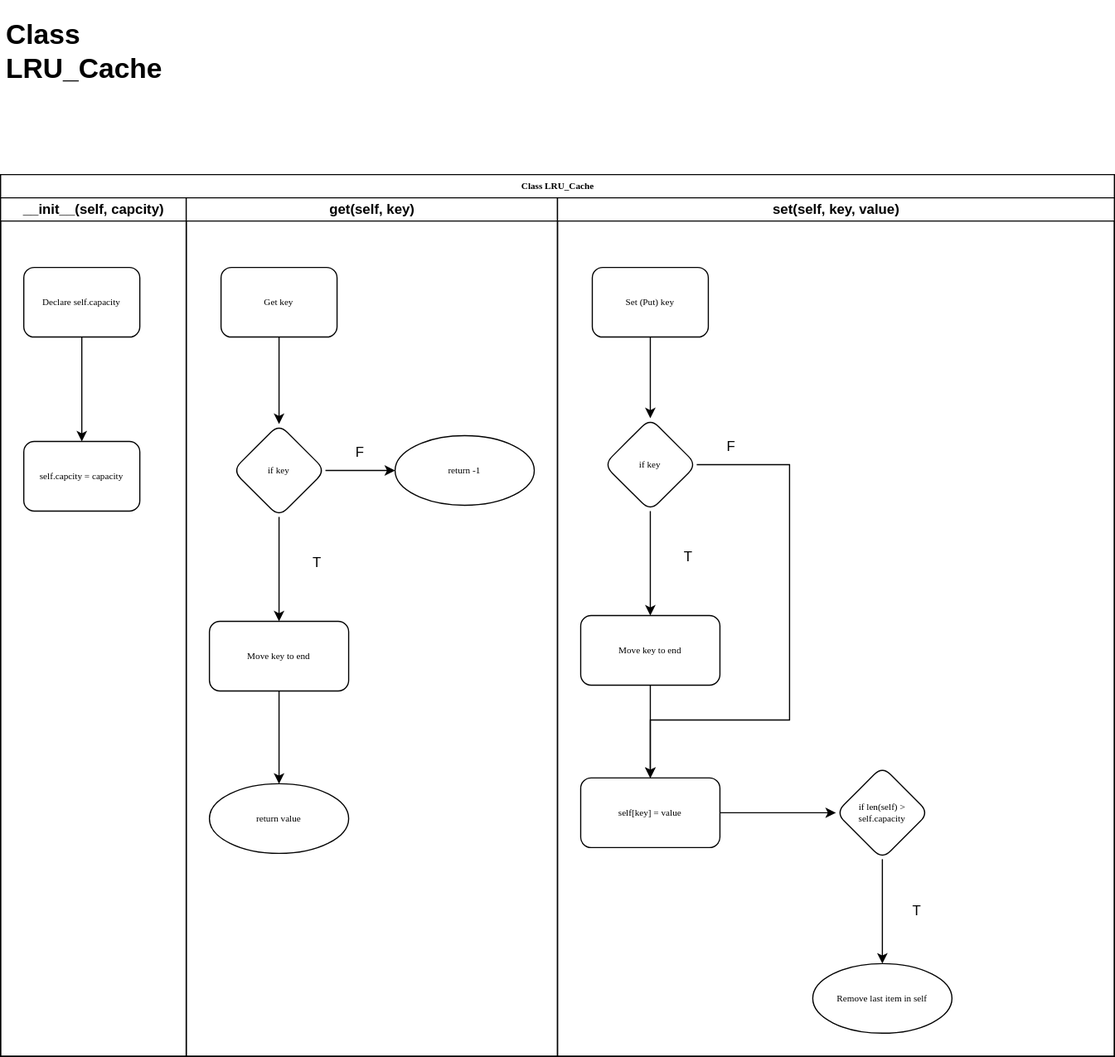
The draw.io diagram 2/5/Project/problem_1.drawio.svg in ZacksAmber/Udacity-Data-Structure-Algorithms, before a commit. Source tidied: cells renumbered, new cells last; positions are measured from the earlier drawing's top-left corner, leaving out a move shared by most shapes.
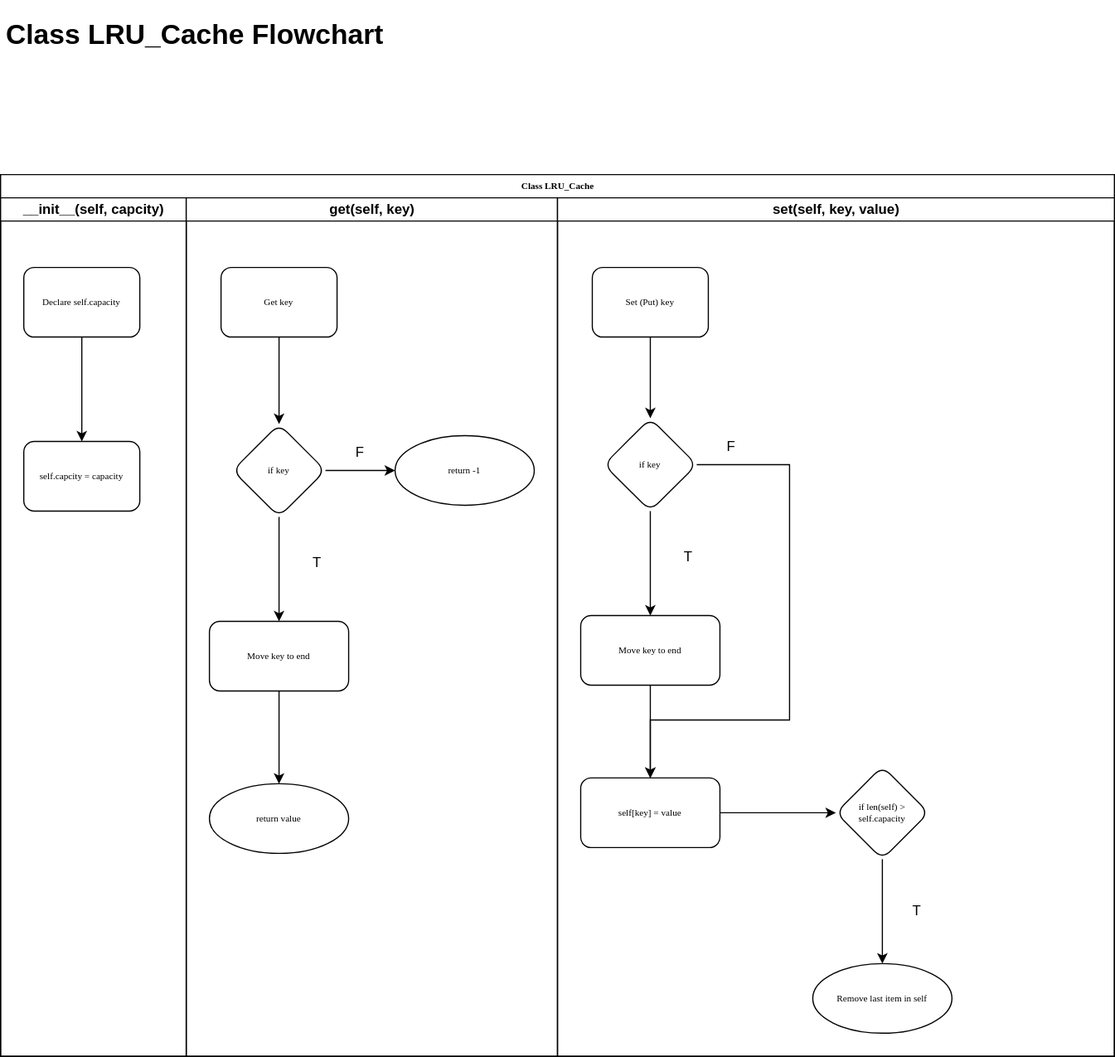
The same diagram one commit later.

The edit, as a diff of the source:
```diff
@@ -2,8 +2,8 @@
   <root>
     <mxCell id="0" />
     <mxCell id="1" parent="0" />
-    <mxCell id="2" value="&lt;h1&gt;Class LRU_Cache&lt;/h1&gt;" style="text;html=1;strokeColor=none;fillColor=none;spacing=5;spacingTop=-20;whiteSpace=wrap;overflow=hidden;rounded=0;" parent="1" vertex="1">
-      <mxGeometry width="190" height="120" as="geometry" />
+    <mxCell id="2" value="&lt;h1&gt;Class LRU_Cache Flowchart&lt;/h1&gt;" style="text;html=1;strokeColor=none;fillColor=none;spacing=5;spacingTop=-20;whiteSpace=wrap;overflow=hidden;rounded=0;" parent="1" vertex="1">
+      <mxGeometry width="420" height="120" as="geometry" />
     </mxCell>
     <mxCell id="3" value="Class LRU_Cache" style="swimlane;html=1;startSize=20;rounded=0;shadow=0;labelBackgroundColor=none;strokeWidth=1;fontFamily=Verdana;fontSize=8;align=center;" parent="1" vertex="1">
       <mxGeometry y="140" width="960" height="760" as="geometry" />
```
